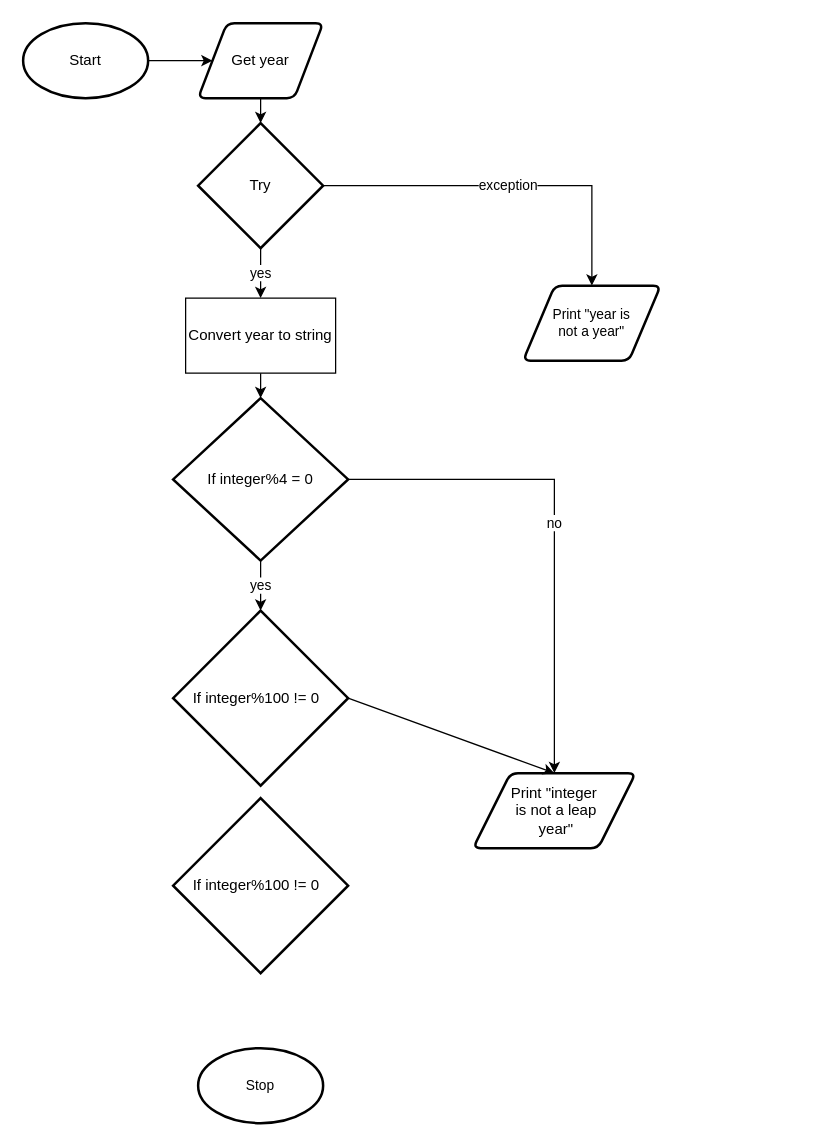
This is .flowchart.drawio from Miguel-Santacruz/ICS3U-Unit3-08-Python, a draw.io file, before an edit. Source tidied: cells renumbered, new cells numbered last; positions are measured from the earlier drawing's top-left corner, leaving out a move shared by most shapes. Both pictures are drawn from the tidied source at 125%, with x=0, y=0 at pixel (22, 22).
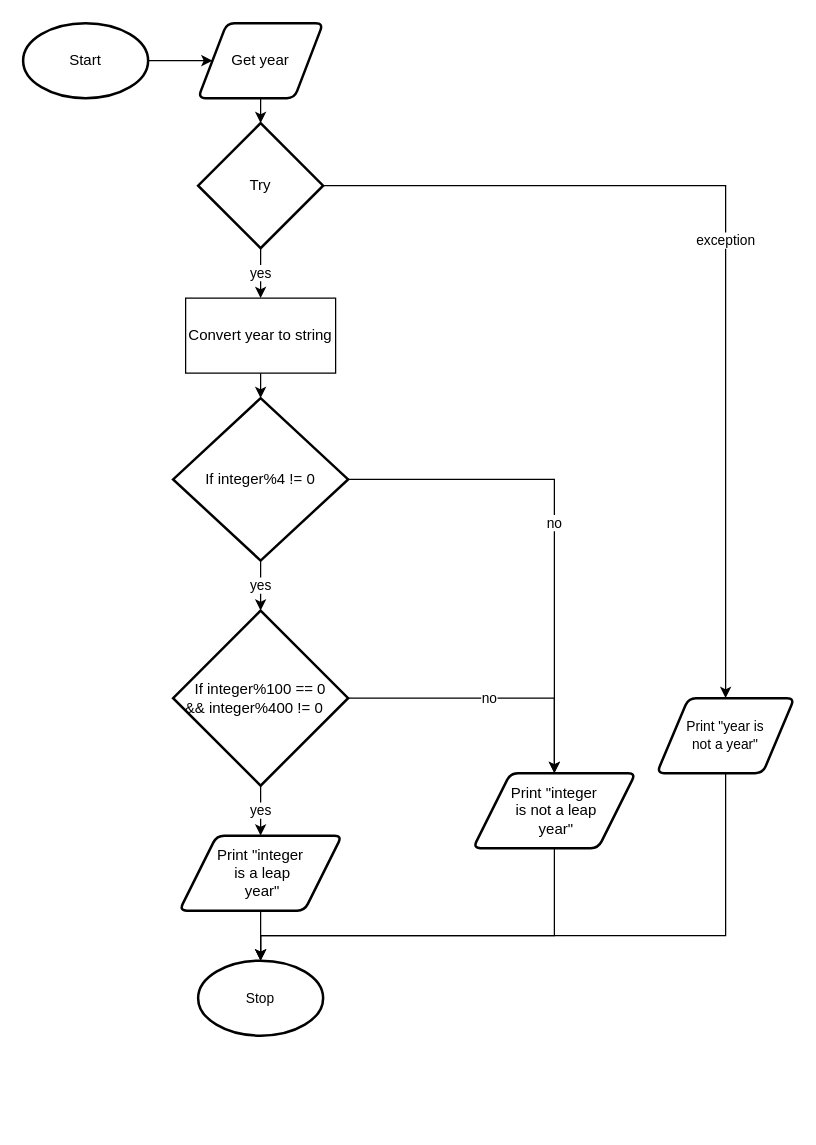
Above is the later version.

The change refers to these unchanged cells:
```xml
<mxCell id="14" value="Print &quot;integer&lt;br&gt;&amp;nbsp;is not a leap&lt;br&gt;&amp;nbsp;year&quot;" style="shape=parallelogram;html=1;strokeWidth=2;perimeter=parallelogramPerimeter;whiteSpace=wrap;rounded=1;arcSize=12;size=0.23;" parent="1" vertex="1">
  <mxGeometry x="360" y="600" width="130" height="60" as="geometry" />
</mxCell>
```

Diff of the diagram source:
```diff
@@
-    <mxCell id="13" value="If&amp;nbsp;integer%4 = 0" style="strokeWidth=2;html=1;shape=mxgraph.flowchart.decision;whiteSpace=wrap;" parent="1" vertex="1">
+    <mxCell id="13" value="If&amp;nbsp;integer%4 != 0" style="strokeWidth=2;html=1;shape=mxgraph.flowchart.decision;whiteSpace=wrap;" parent="1" vertex="1">
       <mxGeometry x="120" y="300" width="140" height="130" as="geometry" />
     </mxCell>
+    <mxCell id="20" style="edgeStyle=orthogonalEdgeStyle;shape=connector;rounded=0;html=1;exitX=0.5;exitY=1;exitDx=0;exitDy=0;entryX=0.5;entryY=0;entryDx=0;entryDy=0;entryPerimeter=0;labelBackgroundColor=default;fontFamily=Helvetica;fontSize=11;fontColor=default;endArrow=classic;strokeColor=default;" parent="1" edge="1" source="14" target="16">
+      <mxGeometry relative="1" as="geometry">
+        <Array as="points">
+          <mxPoint x="425" y="730" />
+          <mxPoint x="190" y="730" />
+        </Array>
+      </mxGeometry>
+    </mxCell>
@@
+    <mxCell id="21" style="edgeStyle=orthogonalEdgeStyle;shape=connector;rounded=0;html=1;exitX=0.5;exitY=1;exitDx=0;exitDy=0;entryX=0.5;entryY=0;entryDx=0;entryDy=0;entryPerimeter=0;labelBackgroundColor=default;fontFamily=Helvetica;fontSize=11;fontColor=default;endArrow=classic;strokeColor=default;" parent="1" edge="1" source="15" target="16">
+      <mxGeometry relative="1" as="geometry">
+        <Array as="points">
+          <mxPoint x="562" y="730" />
+          <mxPoint x="190" y="730" />
+        </Array>
+      </mxGeometry>
+    </mxCell>
     <mxCell id="15" value="Print &quot;year is &lt;br&gt;not a year&quot;" style="shape=parallelogram;html=1;strokeWidth=2;perimeter=parallelogramPerimeter;whiteSpace=wrap;rounded=1;arcSize=12;size=0.23;fontFamily=Helvetica;fontSize=11;fontColor=default;" parent="1" vertex="1">
-      <mxGeometry x="400" y="210" width="110" height="60" as="geometry" />
+      <mxGeometry x="507" y="540" width="110" height="60" as="geometry" />
     </mxCell>
     <mxCell id="16" value="Stop" style="strokeWidth=2;html=1;shape=mxgraph.flowchart.start_1;whiteSpace=wrap;fontFamily=Helvetica;fontSize=11;fontColor=default;" parent="1" vertex="1">
-      <mxGeometry x="140" y="820" width="100" height="60" as="geometry" />
+      <mxGeometry x="140" y="750" width="100" height="60" as="geometry" />
     </mxCell>
-    <mxCell id="17" style="edgeStyle=none;html=1;exitX=1;exitY=0.5;exitDx=0;exitDy=0;exitPerimeter=0;entryX=0.5;entryY=0;entryDx=0;entryDy=0;" parent="1" edge="1" source="18" target="14">
+    <mxCell id="17" value="no" style="edgeStyle=orthogonalEdgeStyle;html=1;exitX=1;exitY=0.5;exitDx=0;exitDy=0;exitPerimeter=0;entryX=0.5;entryY=0;entryDx=0;entryDy=0;rounded=0;" parent="1" edge="1" source="18" target="14">
       <mxGeometry relative="1" as="geometry" />
     </mxCell>
+    <mxCell id="22" value="yes" style="edgeStyle=orthogonalEdgeStyle;shape=connector;rounded=0;html=1;exitX=0.5;exitY=1;exitDx=0;exitDy=0;exitPerimeter=0;entryX=0.5;entryY=0;entryDx=0;entryDy=0;labelBackgroundColor=default;fontFamily=Helvetica;fontSize=11;fontColor=default;endArrow=classic;strokeColor=default;" parent="1" edge="1" source="18" target="19">
+      <mxGeometry relative="1" as="geometry" />
+    </mxCell>
-    <mxCell id="18" value="If integer%100 != 0&amp;nbsp;&amp;nbsp;" style="strokeWidth=2;html=1;shape=mxgraph.flowchart.decision;whiteSpace=wrap;" parent="1" vertex="1">
+    <mxCell id="18" value="If integer%100 == 0&lt;br&gt;&amp;amp;&amp;amp; integer%400 != 0&amp;nbsp; &amp;nbsp;" style="strokeWidth=2;html=1;shape=mxgraph.flowchart.decision;whiteSpace=wrap;" parent="1" vertex="1">
       <mxGeometry x="120" y="470" width="140" height="140" as="geometry" />
     </mxCell>
+    <mxCell id="23" style="edgeStyle=orthogonalEdgeStyle;shape=connector;rounded=0;html=1;labelBackgroundColor=default;fontFamily=Helvetica;fontSize=11;fontColor=default;endArrow=classic;strokeColor=default;" parent="1" edge="1" source="19" target="16">
+      <mxGeometry relative="1" as="geometry" />
+    </mxCell>
-    <mxCell id="19" value="If integer%100 != 0&amp;nbsp;&amp;nbsp;" style="strokeWidth=2;html=1;shape=mxgraph.flowchart.decision;whiteSpace=wrap;" parent="1" vertex="1">
-      <mxGeometry x="120" y="620" width="140" height="140" as="geometry" />
+    <mxCell id="19" value="Print &quot;integer&lt;br&gt;&amp;nbsp;is a leap&lt;br&gt;&amp;nbsp;year&quot;" style="shape=parallelogram;html=1;strokeWidth=2;perimeter=parallelogramPerimeter;whiteSpace=wrap;rounded=1;arcSize=12;size=0.23;" parent="1" vertex="1">
+      <mxGeometry x="125" y="650" width="130" height="60" as="geometry" />
     </mxCell>
```
